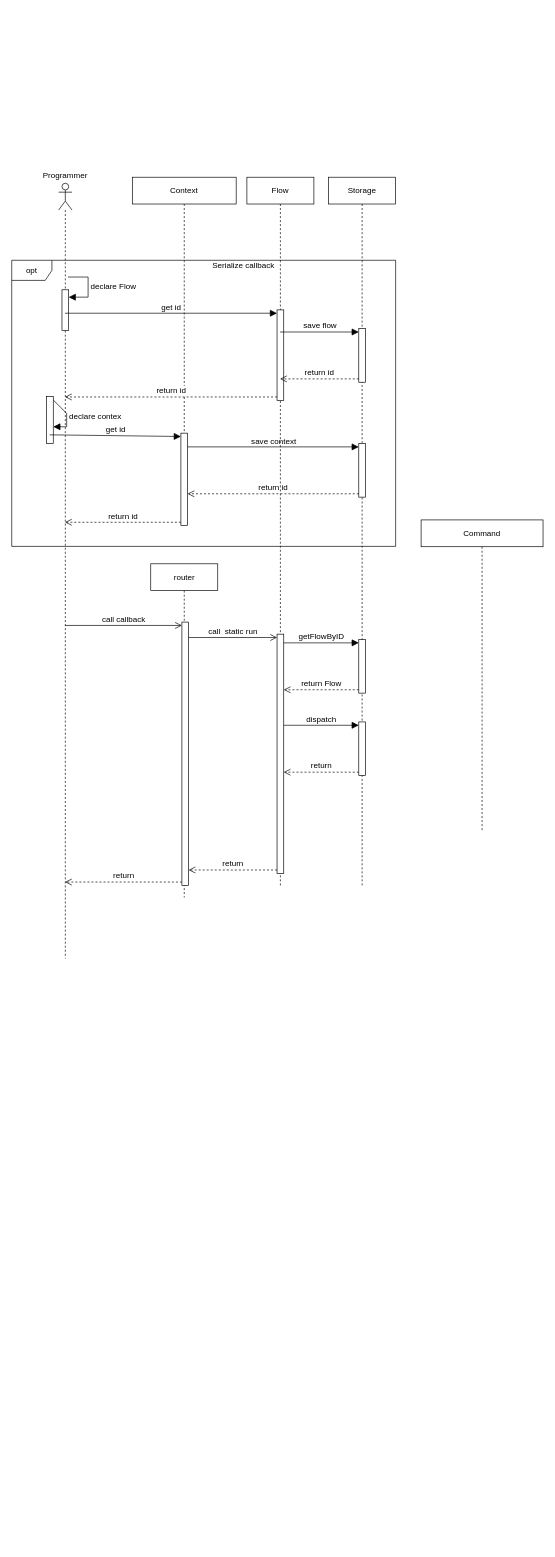
The draw.io diagram page "Page-2" (2 of 2) of Untitled Diagram.drawio in Rowolfs/YYANSTBOT, before the edit. Source tidied: cells renumbered, new cells numbered last; positions are measured from the earlier drawing's top-left corner, leaving out a move shared by most shapes. Both pictures are drawn from the tidied source at 67%, with x=0, y=0 at pixel (11, 165).
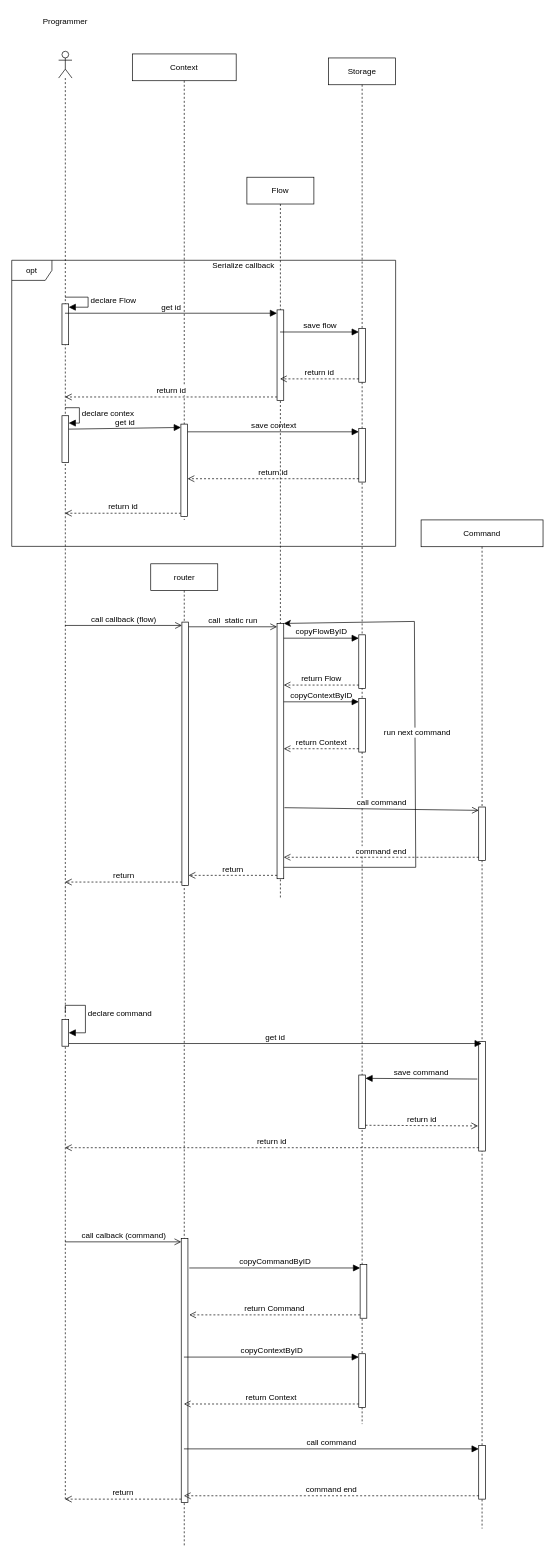
The same page after the edit.

The change refers to these unchanged cells:
```xml
<mxCell id="30" style="html=1;points=[[0,0,0,0,5],[0,1,0,0,-5],[1,0,0,0,5],[1,1,0,0,-5]];perimeter=orthogonalPerimeter;outlineConnect=0;targetShapes=umlLifeline;portConstraint=eastwest;newEdgeStyle={&quot;curved&quot;:0,&quot;rounded&quot;:0};" parent="29" vertex="1">
  <mxGeometry x="46.5" y="87" width="10" height="393" as="geometry" />
</mxCell>
```

What changed in the source:
```diff
@@
     <mxCell id="2" style="shape=umlLifeline;perimeter=lifelinePerimeter;whiteSpace=wrap;html=1;outlineConnect=0;portConstraint=eastwest;newEdgeStyle={&quot;curved&quot;:0,&quot;rounded&quot;:0};participant=umlActor;" parent="1" vertex="1">
-      <mxGeometry x="70" y="27" width="20" height="1157" as="geometry" />
+      <mxGeometry x="70" y="-170" width="20" height="2161" as="geometry" />
     </mxCell>
+    <mxCell id="11" style="html=1;points=[[0,0,0,0,5],[0,1,0,0,-5],[1,0,0,0,5],[1,1,0,0,-5]];perimeter=orthogonalPerimeter;outlineConnect=0;targetShapes=umlLifeline;portConstraint=eastwest;newEdgeStyle={&quot;curved&quot;:0,&quot;rounded&quot;:0};" parent="2" vertex="1">
+      <mxGeometry x="5" y="544" width="10" height="70" as="geometry" />
+    </mxCell>
+    <mxCell id="12" value="declare contex" style="html=1;align=left;spacingLeft=2;endArrow=block;rounded=0;edgeStyle=orthogonalEdgeStyle;curved=0;rounded=0;fontSize=12;startSize=8;endSize=8;" parent="2" edge="1" source="2" target="11">
+      <mxGeometry relative="1" as="geometry">
+        <Array as="points">
+          <mxPoint x="31" y="532" />
+          <mxPoint x="31" y="555" />
+        </Array>
+      </mxGeometry>
+    </mxCell>
+    <mxCell id="16" style="html=1;points=[[0,0,0,0,5],[0,1,0,0,-5],[1,0,0,0,5],[1,1,0,0,-5]];perimeter=orthogonalPerimeter;outlineConnect=0;targetShapes=umlLifeline;portConstraint=eastwest;newEdgeStyle={&quot;curved&quot;:0,&quot;rounded&quot;:0};" parent="2" vertex="1">
+      <mxGeometry x="5" y="377" width="10" height="61" as="geometry" />
+    </mxCell>
+    <mxCell id="17" value="declare Flow" style="html=1;align=left;spacingLeft=2;endArrow=block;rounded=0;edgeStyle=orthogonalEdgeStyle;curved=0;rounded=0;fontSize=12;startSize=8;endSize=8;" parent="2" edge="1" source="2" target="16">
+      <mxGeometry relative="1" as="geometry">
+        <Array as="points">
+          <mxPoint x="44" y="367" />
+          <mxPoint x="44" y="382" />
+        </Array>
+      </mxGeometry>
+    </mxCell>
+    <mxCell id="39" value="declare command" style="html=1;align=left;spacingLeft=2;endArrow=block;rounded=0;edgeStyle=orthogonalEdgeStyle;curved=0;rounded=0;fontSize=12;startSize=8;endSize=8;" parent="2" edge="1" target="53">
+      <mxGeometry relative="1" as="geometry">
+        <mxPoint x="10" y="1435" as="sourcePoint" />
+        <Array as="points">
+          <mxPoint x="10" y="1424" />
+          <mxPoint x="40" y="1424" />
+          <mxPoint x="40" y="1465" />
+        </Array>
+      </mxGeometry>
+    </mxCell>
     <mxCell id="3" value="Command" style="shape=umlLifeline;perimeter=lifelinePerimeter;whiteSpace=wrap;html=1;outlineConnect=0;portConstraint=eastwest;newEdgeStyle={&quot;edgeStyle&quot;:&quot;elbowEdgeStyle&quot;,&quot;elbow&quot;:&quot;vertical&quot;,&quot;curved&quot;:0,&quot;rounded&quot;:0};" parent="1" vertex="1">
-      <mxGeometry x="611" y="529.5" width="182" height="465" as="geometry" />
+      <mxGeometry x="611" y="529.5" width="182" height="1505.5" as="geometry" />
     </mxCell>
+    <mxCell id="40" style="html=1;points=[[0,0,0,0,5],[0,1,0,0,-5],[1,0,0,0,5],[1,1,0,0,-5]];perimeter=orthogonalPerimeter;outlineConnect=0;targetShapes=umlLifeline;portConstraint=eastwest;newEdgeStyle={&quot;curved&quot;:0,&quot;rounded&quot;:0};" parent="3" vertex="1">
+      <mxGeometry x="86" y="428.5" width="10" height="80" as="geometry" />
+    </mxCell>
+    <mxCell id="41" style="html=1;points=[[0,0,0,0,5],[0,1,0,0,-5],[1,0,0,0,5],[1,1,0,0,-5]];perimeter=orthogonalPerimeter;outlineConnect=0;targetShapes=umlLifeline;portConstraint=eastwest;newEdgeStyle={&quot;curved&quot;:0,&quot;rounded&quot;:0};" parent="3" vertex="1">
+      <mxGeometry x="86" y="778.5" width="10" height="163.5" as="geometry" />
+    </mxCell>
+    <mxCell id="42" style="html=1;points=[[0,0,0,0,5],[0,1,0,0,-5],[1,0,0,0,5],[1,1,0,0,-5]];perimeter=orthogonalPerimeter;outlineConnect=0;targetShapes=umlLifeline;portConstraint=eastwest;newEdgeStyle={&quot;curved&quot;:0,&quot;rounded&quot;:0};" parent="3" vertex="1">
+      <mxGeometry x="86" y="1381.5" width="10" height="80" as="geometry" />
+    </mxCell>
     <mxCell id="4" value="Storage" style="shape=umlLifeline;perimeter=lifelinePerimeter;whiteSpace=wrap;html=1;newEdgeStyle={&quot;edgeStyle&quot;:&quot;elbowEdgeStyle&quot;,&quot;elbow&quot;:&quot;vertical&quot;,&quot;curved&quot;:0,&quot;rounded&quot;:0};" parent="1" vertex="1">
-      <mxGeometry x="473" y="18" width="100" height="1058" as="geometry" />
+      <mxGeometry x="473" y="-160" width="100" height="2039" as="geometry" />
     </mxCell>
     <mxCell id="5" style="html=1;points=[[0,0,0,0,5],[0,1,0,0,-5],[1,0,0,0,5],[1,1,0,0,-5]];perimeter=orthogonalPerimeter;outlineConnect=0;targetShapes=umlLifeline;portConstraint=eastwest;newEdgeStyle={&quot;curved&quot;:0,&quot;rounded&quot;:0};" parent="4" vertex="1">
-      <mxGeometry x="45" y="397.5" width="10" height="80" as="geometry" />
+      <mxGeometry x="45" y="553" width="10" height="80" as="geometry" />
     </mxCell>
     <mxCell id="6" style="html=1;points=[[0,0,0,0,5],[0,1,0,0,-5],[1,0,0,0,5],[1,1,0,0,-5]];perimeter=orthogonalPerimeter;outlineConnect=0;targetShapes=umlLifeline;portConstraint=eastwest;newEdgeStyle={&quot;curved&quot;:0,&quot;rounded&quot;:0};" parent="4" vertex="1">
-      <mxGeometry x="45" y="690" width="10" height="80" as="geometry" />
+      <mxGeometry x="45" y="861" width="10" height="80" as="geometry" />
     </mxCell>
     <mxCell id="7" style="html=1;points=[[0,0,0,0,5],[0,1,0,0,-5],[1,0,0,0,5],[1,1,0,0,-5]];perimeter=orthogonalPerimeter;outlineConnect=0;targetShapes=umlLifeline;portConstraint=eastwest;newEdgeStyle={&quot;curved&quot;:0,&quot;rounded&quot;:0};" parent="4" vertex="1">
-      <mxGeometry x="45" y="813" width="10" height="80" as="geometry" />
+      <mxGeometry x="45" y="956" width="10" height="80" as="geometry" />
     </mxCell>
+    <mxCell id="43" style="html=1;points=[[0,0,0,0,5],[0,1,0,0,-5],[1,0,0,0,5],[1,1,0,0,-5]];perimeter=orthogonalPerimeter;outlineConnect=0;targetShapes=umlLifeline;portConstraint=eastwest;newEdgeStyle={&quot;curved&quot;:0,&quot;rounded&quot;:0};" parent="4" vertex="1">
+      <mxGeometry x="45" y="1518" width="10" height="80" as="geometry" />
+    </mxCell>
+    <mxCell id="44" style="html=1;points=[[0,0,0,0,5],[0,1,0,0,-5],[1,0,0,0,5],[1,1,0,0,-5]];perimeter=orthogonalPerimeter;outlineConnect=0;targetShapes=umlLifeline;portConstraint=eastwest;newEdgeStyle={&quot;curved&quot;:0,&quot;rounded&quot;:0};" parent="4" vertex="1">
+      <mxGeometry x="47" y="1801" width="10" height="80" as="geometry" />
+    </mxCell>
+    <mxCell id="45" style="html=1;points=[[0,0,0,0,5],[0,1,0,0,-5],[1,0,0,0,5],[1,1,0,0,-5]];perimeter=orthogonalPerimeter;outlineConnect=0;targetShapes=umlLifeline;portConstraint=eastwest;newEdgeStyle={&quot;curved&quot;:0,&quot;rounded&quot;:0};" parent="4" vertex="1">
+      <mxGeometry x="45" y="1934" width="10" height="80" as="geometry" />
+    </mxCell>
@@
     <mxCell id="9" value="Programmer" style="text;html=1;align=center;verticalAlign=middle;whiteSpace=wrap;rounded=0;" parent="1" vertex="1">
-      <mxGeometry x="50" width="60" height="30" as="geometry" />
+      <mxGeometry x="50" y="-229" width="60" height="30" as="geometry" />
     </mxCell>
     <mxCell id="10" value="Context" style="shape=umlLifeline;perimeter=lifelinePerimeter;whiteSpace=wrap;html=1;newEdgeStyle={&quot;curved&quot;:0,&quot;rounded&quot;:0};" parent="1" vertex="1">
-      <mxGeometry x="180" y="18" width="155" height="511.5" as="geometry" />
+      <mxGeometry x="180" y="-166" width="155" height="695.5" as="geometry" />
     </mxCell>
-    <mxCell id="11" style="html=1;points=[[0,0,0,0,5],[0,1,0,0,-5],[1,0,0,0,5],[1,1,0,0,-5]];perimeter=orthogonalPerimeter;outlineConnect=0;targetShapes=umlLifeline;portConstraint=eastwest;newEdgeStyle={&quot;curved&quot;:0,&quot;rounded&quot;:0};" parent="10" vertex="1">
-      <mxGeometry x="-128" y="327.5" width="10" height="70" as="geometry" />
-    </mxCell>
-    <mxCell id="12" value="declare contex" style="html=1;align=left;spacingLeft=2;endArrow=block;rounded=0;edgeStyle=orthogonalEdgeStyle;curved=0;rounded=0;fontSize=12;startSize=8;endSize=8;exitX=1;exitY=0;exitDx=0;exitDy=5;exitPerimeter=0;" parent="10" edge="1" source="11" target="11">
-      <mxGeometry relative="1" as="geometry" />
-    </mxCell>
     <mxCell id="13" style="html=1;points=[[0,0,0,0,5],[0,1,0,0,-5],[1,0,0,0,5],[1,1,0,0,-5]];perimeter=orthogonalPerimeter;outlineConnect=0;targetShapes=umlLifeline;portConstraint=eastwest;newEdgeStyle={&quot;curved&quot;:0,&quot;rounded&quot;:0};" parent="10" vertex="1">
-      <mxGeometry x="72.5" y="382" width="10" height="138" as="geometry" />
+      <mxGeometry x="72.5" y="552.5" width="10" height="138" as="geometry" />
     </mxCell>
-    <mxCell id="14" value="get id" style="html=1;verticalAlign=bottom;endArrow=block;curved=0;rounded=0;entryX=0;entryY=0;entryDx=0;entryDy=5;fontSize=12;startSize=8;endSize=8;" parent="10" edge="1" target="13">
-      <mxGeometry relative="1" as="geometry">
-        <mxPoint x="-123.4" y="384.5" as="sourcePoint" />
-      </mxGeometry>
-    </mxCell>
@@
-    <mxCell id="16" style="html=1;points=[[0,0,0,0,5],[0,1,0,0,-5],[1,0,0,0,5],[1,1,0,0,-5]];perimeter=orthogonalPerimeter;outlineConnect=0;targetShapes=umlLifeline;portConstraint=eastwest;newEdgeStyle={&quot;curved&quot;:0,&quot;rounded&quot;:0};" parent="1" vertex="1">
-      <mxGeometry x="75" y="186" width="10" height="61" as="geometry" />
-    </mxCell>
-    <mxCell id="17" value="declare Flow" style="html=1;align=left;spacingLeft=2;endArrow=block;rounded=0;edgeStyle=orthogonalEdgeStyle;curved=0;rounded=0;fontSize=12;startSize=8;endSize=8;" parent="1" edge="1" target="16">
-      <mxGeometry relative="1" as="geometry">
-        <mxPoint x="84" y="167" as="sourcePoint" />
-        <Array as="points">
-          <mxPoint x="114" y="197" />
-        </Array>
-      </mxGeometry>
-    </mxCell>
@@
     <mxCell id="21" value="Flow" style="shape=umlLifeline;perimeter=lifelinePerimeter;whiteSpace=wrap;html=1;outlineConnect=0;portConstraint=eastwest;newEdgeStyle={&quot;curved&quot;:0,&quot;rounded&quot;:0};" parent="1" vertex="1">
-      <mxGeometry x="351" y="18" width="100" height="1060" as="geometry" />
+      <mxGeometry x="351" y="18" width="100" height="1078" as="geometry" />
     </mxCell>
@@
     <mxCell id="23" style="html=1;points=[[0,0,0,0,5],[0,1,0,0,-5],[1,0,0,0,5],[1,1,0,0,-5]];perimeter=orthogonalPerimeter;outlineConnect=0;targetShapes=umlLifeline;portConstraint=eastwest;newEdgeStyle={&quot;curved&quot;:0,&quot;rounded&quot;:0};" parent="21" vertex="1">
-      <mxGeometry x="45" y="682" width="10" height="357" as="geometry" />
+      <mxGeometry x="45" y="666" width="10" height="381" as="geometry" />
     </mxCell>
+    <mxCell id="46" style="edgeStyle=none;curved=0;rounded=0;jettySize=auto;html=1;fontSize=12;startSize=8;endSize=8;" parent="21" edge="1" target="23">
+      <mxGeometry relative="1" as="geometry">
+        <mxPoint x="55" y="1030" as="sourcePoint" />
+        <Array as="points">
+          <mxPoint x="252" y="1030" />
+          <mxPoint x="250" y="663" />
+        </Array>
+      </mxGeometry>
+    </mxCell>
+    <mxCell id="47" value="run next command" style="edgeLabel;html=1;align=center;verticalAlign=middle;fontSize=12;" parent="46" vertex="1">
+      <mxGeometry x="0.05" y="-3" relative="1" as="geometry" />
+    </mxCell>
@@
     <mxCell id="29" value="router" style="shape=umlLifeline;perimeter=lifelinePerimeter;whiteSpace=wrap;html=1;outlineConnect=0;portConstraint=eastwest;newEdgeStyle={&quot;curved&quot;:0,&quot;rounded&quot;:0};" parent="1" vertex="1">
-      <mxGeometry x="207.5" y="595" width="100" height="498" as="geometry" />
+      <mxGeometry x="207.5" y="595" width="100" height="1465" as="geometry" />
     </mxCell>
@@
+    <mxCell id="48" style="html=1;points=[[0,0,0,0,5],[0,1,0,0,-5],[1,0,0,0,5],[1,1,0,0,-5]];perimeter=orthogonalPerimeter;outlineConnect=0;targetShapes=umlLifeline;portConstraint=eastwest;newEdgeStyle={&quot;curved&quot;:0,&quot;rounded&quot;:0};" parent="29" vertex="1">
+      <mxGeometry x="45.5" y="1007" width="10" height="394" as="geometry" />
+    </mxCell>
-    <mxCell id="31" value="call callback" style="html=1;verticalAlign=bottom;endArrow=open;curved=0;rounded=0;entryX=0;entryY=0;entryDx=0;entryDy=5;fontSize=12;startSize=8;endSize=8;endFill=0;" parent="1" edge="1" source="2" target="30">
+    <mxCell id="31" value="call callback (flow)" style="html=1;verticalAlign=bottom;endArrow=open;curved=0;rounded=0;entryX=0;entryY=0;entryDx=0;entryDy=5;fontSize=12;startSize=8;endSize=8;endFill=0;" parent="1" edge="1" source="2" target="30">
       <mxGeometry relative="1" as="geometry" />
     </mxCell>
@@
-    <mxCell id="35" value="&lt;div&gt;getFlowByID&lt;/div&gt;" style="html=1;verticalAlign=bottom;endArrow=block;curved=0;rounded=0;entryX=0;entryY=0;entryDx=0;entryDy=5;fontSize=12;startSize=8;endSize=8;" parent="1" edge="1" source="23" target="6">
+    <mxCell id="35" value="&lt;div&gt;copyFlowByID&lt;/div&gt;" style="html=1;verticalAlign=bottom;endArrow=block;curved=0;rounded=0;entryX=0;entryY=0;entryDx=0;entryDy=5;fontSize=12;startSize=8;endSize=8;" parent="1" edge="1" source="23" target="6">
       <mxGeometry relative="1" as="geometry" />
     </mxCell>
@@
-    <mxCell id="37" value="dispatch" style="html=1;verticalAlign=bottom;endArrow=block;curved=0;rounded=0;entryX=0;entryY=0;entryDx=0;entryDy=5;fontSize=12;startSize=8;endSize=8;" parent="1" edge="1" source="23" target="7">
+    <mxCell id="37" value="copyContextByID" style="html=1;verticalAlign=bottom;endArrow=block;curved=0;rounded=0;entryX=0;entryY=0;entryDx=0;entryDy=5;fontSize=12;startSize=8;endSize=8;" parent="1" edge="1" source="23" target="7">
       <mxGeometry relative="1" as="geometry" />
     </mxCell>
-    <mxCell id="38" value="return" style="html=1;verticalAlign=bottom;endArrow=open;dashed=1;endSize=8;curved=0;rounded=0;exitX=0;exitY=1;exitDx=0;exitDy=-5;fontSize=12;" parent="1" edge="1" source="7" target="23">
+    <mxCell id="38" value="return Context" style="html=1;verticalAlign=bottom;endArrow=open;dashed=1;endSize=8;curved=0;rounded=0;exitX=0;exitY=1;exitDx=0;exitDy=-5;fontSize=12;" parent="1" edge="1" source="7" target="23">
       <mxGeometry relative="1" as="geometry" />
     </mxCell>
+    <mxCell id="49" value="call command" style="html=1;verticalAlign=bottom;endArrow=open;curved=0;rounded=0;entryX=0;entryY=0;entryDx=0;entryDy=5;fontSize=12;startSize=8;endSize=8;endFill=0;" parent="1" edge="1" target="40">
+      <mxGeometry relative="1" as="geometry">
+        <mxPoint x="407" y="959" as="sourcePoint" />
+      </mxGeometry>
+    </mxCell>
+    <mxCell id="50" value="command end" style="html=1;verticalAlign=bottom;endArrow=open;dashed=1;endSize=8;curved=0;rounded=0;exitX=0;exitY=1;exitDx=0;exitDy=-5;fontSize=12;" parent="1" edge="1" source="40" target="23">
+      <mxGeometry relative="1" as="geometry" />
+    </mxCell>
+    <mxCell id="51" value="get id " style="html=1;verticalAlign=bottom;endArrow=block;curved=0;rounded=0;fontSize=12;startSize=8;endSize=8;" parent="1" edge="1" target="3">
+      <mxGeometry relative="1" as="geometry">
+        <mxPoint x="85" y="1311" as="sourcePoint" />
+      </mxGeometry>
+    </mxCell>
+    <mxCell id="52" value="return id" style="html=1;verticalAlign=bottom;endArrow=open;dashed=1;endSize=8;curved=0;rounded=0;exitX=0;exitY=1;exitDx=0;exitDy=-5;fontSize=12;" parent="1" edge="1" source="41" target="2">
+      <mxGeometry relative="1" as="geometry" />
+    </mxCell>
+    <mxCell id="14" value="get id" style="html=1;verticalAlign=bottom;endArrow=block;curved=0;rounded=0;entryX=0;entryY=0;entryDx=0;entryDy=5;fontSize=12;startSize=8;endSize=8;" parent="1" edge="1" target="13">
+      <mxGeometry relative="1" as="geometry">
+        <mxPoint x="85" y="394" as="sourcePoint" />
+      </mxGeometry>
+    </mxCell>
+    <mxCell id="53" style="html=1;points=[[0,0,0,0,5],[0,1,0,0,-5],[1,0,0,0,5],[1,1,0,0,-5]];perimeter=orthogonalPerimeter;outlineConnect=0;targetShapes=umlLifeline;portConstraint=eastwest;newEdgeStyle={&quot;curved&quot;:0,&quot;rounded&quot;:0};" parent="1" vertex="1">
+      <mxGeometry x="75" y="1275" width="10" height="40" as="geometry" />
+    </mxCell>
+    <mxCell id="54" value="save command" style="html=1;verticalAlign=bottom;endArrow=block;curved=0;rounded=0;entryX=1;entryY=0;entryDx=0;entryDy=5;fontSize=12;startSize=8;endSize=8;" parent="1" edge="1" target="43">
+      <mxGeometry relative="1" as="geometry">
+        <mxPoint x="695" y="1364" as="sourcePoint" />
+      </mxGeometry>
+    </mxCell>
+    <mxCell id="55" value="return id" style="html=1;verticalAlign=bottom;endArrow=open;dashed=1;endSize=8;curved=0;rounded=0;exitX=1;exitY=1;exitDx=0;exitDy=-5;fontSize=12;" parent="1" edge="1" source="43">
+      <mxGeometry relative="1" as="geometry">
+        <mxPoint x="696" y="1434" as="targetPoint" />
+      </mxGeometry>
+    </mxCell>
+    <mxCell id="56" value="call calback (command)" style="html=1;verticalAlign=bottom;endArrow=open;curved=0;rounded=0;entryX=0;entryY=0;entryDx=0;entryDy=5;fontSize=12;startSize=8;endSize=8;endFill=0;" parent="1" edge="1" source="2" target="48">
+      <mxGeometry relative="1" as="geometry" />
+    </mxCell>
+    <mxCell id="57" value="return" style="html=1;verticalAlign=bottom;endArrow=open;dashed=1;endSize=8;curved=0;rounded=0;exitX=0;exitY=1;exitDx=0;exitDy=-5;fontSize=12;" parent="1" edge="1" source="48" target="2">
+      <mxGeometry relative="1" as="geometry" />
+    </mxCell>
+    <mxCell id="58" value="copyCommandByID" style="html=1;verticalAlign=bottom;endArrow=block;curved=0;rounded=0;entryX=0;entryY=0;entryDx=0;entryDy=5;fontSize=12;startSize=8;endSize=8;" parent="1" edge="1" target="44">
+      <mxGeometry relative="1" as="geometry">
+        <mxPoint x="265" y="1646" as="sourcePoint" />
+      </mxGeometry>
+    </mxCell>
+    <mxCell id="59" value="return Command" style="html=1;verticalAlign=bottom;endArrow=open;dashed=1;endSize=8;curved=0;rounded=0;exitX=0;exitY=1;exitDx=0;exitDy=-5;fontSize=12;" parent="1" edge="1" source="44">
+      <mxGeometry relative="1" as="geometry">
+        <mxPoint x="265" y="1716" as="targetPoint" />
+      </mxGeometry>
+    </mxCell>
+    <mxCell id="60" value="copyContextByID" style="html=1;verticalAlign=bottom;endArrow=block;curved=0;rounded=0;entryX=0;entryY=0;entryDx=0;entryDy=5;fontSize=12;startSize=8;endSize=8;" parent="1" edge="1" source="29" target="45">
+      <mxGeometry relative="1" as="geometry" />
+    </mxCell>
+    <mxCell id="61" value="return Context" style="html=1;verticalAlign=bottom;endArrow=open;dashed=1;endSize=8;curved=0;rounded=0;exitX=0;exitY=1;exitDx=0;exitDy=-5;fontSize=12;" parent="1" edge="1" source="45" target="29">
+      <mxGeometry relative="1" as="geometry" />
+    </mxCell>
+    <mxCell id="62" value="call command" style="html=1;verticalAlign=bottom;endArrow=block;curved=0;rounded=0;entryX=0;entryY=0;entryDx=0;entryDy=5;fontSize=12;startSize=8;endSize=8;" parent="1" edge="1" source="29" target="42">
+      <mxGeometry relative="1" as="geometry" />
+    </mxCell>
+    <mxCell id="63" value="command end" style="html=1;verticalAlign=bottom;endArrow=open;dashed=1;endSize=8;curved=0;rounded=0;exitX=0;exitY=1;exitDx=0;exitDy=-5;fontSize=12;" parent="1" edge="1" source="42" target="29">
+      <mxGeometry relative="1" as="geometry" />
+    </mxCell>
```
